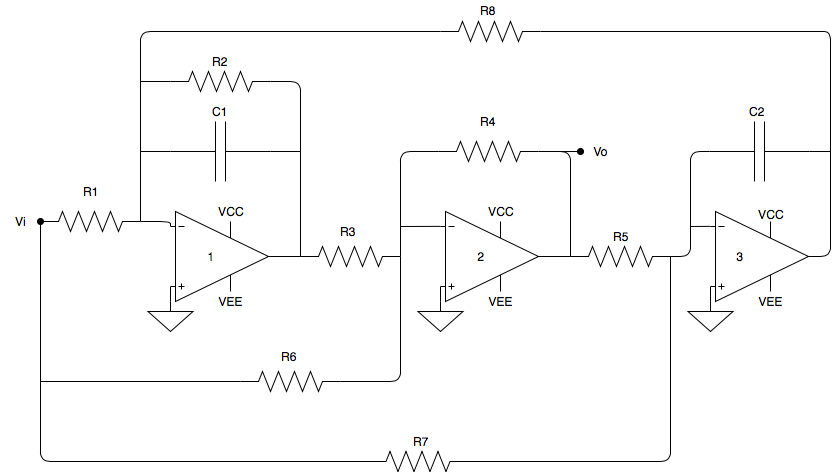
This is EJ4/imagenes/fleischer.png from grupo-tc-volcan/TP5, a draw.io export, as it was before one commit. Source tidied: cells renumbered, new cells last; positions are measured from the earlier drawing's top-left corner, leaving out a move shared by most shapes. Source of this version:
```xml
<mxGraphModel>
  <root>
    <mxCell id="0" />
    <mxCell id="1" parent="0" />
    <mxCell id="2" style="verticalLabelPosition=bottom;shadow=0;dashed=0;align=center;fillColor=#ffffff;html=1;verticalAlign=top;strokeWidth=1;shape=mxgraph.electrical.abstract.operational_amp_1;" parent="1" vertex="1">
      <mxGeometry x="170" y="211" width="98" height="90" as="geometry" />
    </mxCell>
    <mxCell id="3" style="verticalLabelPosition=bottom;shadow=0;dashed=0;align=center;fillColor=#ffffff;html=1;verticalAlign=top;strokeWidth=1;shape=mxgraph.electrical.abstract.operational_amp_1;" parent="1" vertex="1">
      <mxGeometry x="440" y="211" width="98" height="90" as="geometry" />
    </mxCell>
    <mxCell id="4" style="verticalLabelPosition=bottom;shadow=0;dashed=0;align=center;fillColor=#ffffff;html=1;verticalAlign=top;strokeWidth=1;shape=mxgraph.electrical.abstract.operational_amp_1;" parent="1" vertex="1">
      <mxGeometry x="710" y="211" width="98" height="90" as="geometry" />
    </mxCell>
    <mxCell id="5" style="verticalLabelPosition=bottom;shadow=0;dashed=0;align=center;fillColor=#ffffff;html=1;verticalAlign=top;strokeWidth=1;shape=mxgraph.electrical.signal_sources.signal_ground;" parent="1" vertex="1">
      <mxGeometry x="147.5" y="301" width="45" height="30" as="geometry" />
    </mxCell>
    <mxCell id="6" style="verticalLabelPosition=bottom;shadow=0;dashed=0;align=center;fillColor=#ffffff;html=1;verticalAlign=top;strokeWidth=1;shape=mxgraph.electrical.signal_sources.signal_ground;" parent="1" vertex="1">
      <mxGeometry x="687.5" y="301" width="45" height="30" as="geometry" />
    </mxCell>
    <mxCell id="7" style="verticalLabelPosition=bottom;shadow=0;dashed=0;align=center;fillColor=#ffffff;html=1;verticalAlign=top;strokeWidth=1;shape=mxgraph.electrical.signal_sources.signal_ground;" parent="1" vertex="1">
      <mxGeometry x="417.5" y="301" width="45" height="30" as="geometry" />
    </mxCell>
    <mxCell id="8" style="endArrow=none;html=1;entryX=0;entryY=0.835;entryDx=0;entryDy=0;entryPerimeter=0;exitX=0.5;exitY=0;exitDx=0;exitDy=0;exitPerimeter=0;" parent="1" edge="1" source="5" target="2">
      <mxGeometry relative="1" as="geometry" />
    </mxCell>
    <mxCell id="9" style="endArrow=none;html=1;entryX=0;entryY=0.835;entryDx=0;entryDy=0;entryPerimeter=0;exitX=0.5;exitY=0;exitDx=0;exitDy=0;exitPerimeter=0;" parent="1" edge="1" source="7" target="3">
      <mxGeometry relative="1" as="geometry" />
    </mxCell>
    <mxCell id="10" style="endArrow=none;html=1;entryX=0;entryY=0.835;entryDx=0;entryDy=0;entryPerimeter=0;exitX=0.5;exitY=0;exitDx=0;exitDy=0;exitPerimeter=0;" parent="1" edge="1" source="6" target="4">
      <mxGeometry relative="1" as="geometry" />
    </mxCell>
    <mxCell id="11" style="verticalLabelPosition=bottom;shadow=0;dashed=0;align=center;fillColor=#ffffff;html=1;verticalAlign=top;strokeWidth=1;shape=mxgraph.electrical.capacitors.capacitor_1;" parent="1" vertex="1">
      <mxGeometry x="170" y="121" width="100" height="60" as="geometry" />
    </mxCell>
    <mxCell id="12" style="verticalLabelPosition=bottom;shadow=0;dashed=0;align=center;fillColor=#ffffff;html=1;verticalAlign=top;strokeWidth=1;shape=mxgraph.electrical.resistors.resistor_2;" parent="1" vertex="1">
      <mxGeometry x="170" y="71" width="100" height="20" as="geometry" />
    </mxCell>
    <mxCell id="13" style="verticalLabelPosition=bottom;shadow=0;dashed=0;align=center;fillColor=#ffffff;html=1;verticalAlign=top;strokeWidth=1;shape=mxgraph.electrical.resistors.resistor_2;" parent="1" vertex="1">
      <mxGeometry x="300" y="246" width="100" height="20" as="geometry" />
    </mxCell>
    <mxCell id="14" style="verticalLabelPosition=bottom;shadow=0;dashed=0;align=center;fillColor=#ffffff;html=1;verticalAlign=top;strokeWidth=1;shape=mxgraph.electrical.resistors.resistor_2;" parent="1" vertex="1">
      <mxGeometry x="438" y="141" width="100" height="20" as="geometry" />
    </mxCell>
    <mxCell id="15" style="verticalLabelPosition=bottom;shadow=0;dashed=0;align=center;fillColor=#ffffff;html=1;verticalAlign=top;strokeWidth=1;shape=mxgraph.electrical.resistors.resistor_2;" parent="1" vertex="1">
      <mxGeometry x="570" y="246" width="100" height="20" as="geometry" />
    </mxCell>
    <mxCell id="16" style="verticalLabelPosition=bottom;shadow=0;dashed=0;align=center;fillColor=#ffffff;html=1;verticalAlign=top;strokeWidth=1;shape=mxgraph.electrical.capacitors.capacitor_1;" parent="1" vertex="1">
      <mxGeometry x="709" y="121" width="100" height="60" as="geometry" />
    </mxCell>
    <mxCell id="17" style="verticalLabelPosition=bottom;shadow=0;dashed=0;align=center;fillColor=#ffffff;html=1;verticalAlign=top;strokeWidth=1;shape=mxgraph.electrical.resistors.resistor_2;" parent="1" vertex="1">
      <mxGeometry x="440" y="21" width="100" height="20" as="geometry" />
    </mxCell>
    <mxCell id="18" style="verticalLabelPosition=bottom;shadow=0;dashed=0;align=center;fillColor=#ffffff;html=1;verticalAlign=top;strokeWidth=1;shape=mxgraph.electrical.resistors.resistor_2;" parent="1" vertex="1">
      <mxGeometry x="40" y="211" width="100" height="20" as="geometry" />
    </mxCell>
    <mxCell id="19" style="endArrow=none;html=1;entryX=0;entryY=0.165;entryDx=0;entryDy=0;entryPerimeter=0;exitX=1;exitY=0.5;exitDx=0;exitDy=0;exitPerimeter=0;" parent="1" edge="1" source="18" target="2">
      <mxGeometry relative="1" as="geometry">
        <Array as="points">
          <mxPoint x="170" y="221" />
        </Array>
      </mxGeometry>
    </mxCell>
    <mxCell id="20" style="endArrow=none;html=1;entryX=1;entryY=0.5;entryDx=0;entryDy=0;entryPerimeter=0;exitX=0;exitY=0.5;exitDx=0;exitDy=0;exitPerimeter=0;" parent="1" edge="1" source="13" target="2">
      <mxGeometry relative="1" as="geometry" />
    </mxCell>
    <mxCell id="21" style="endArrow=none;html=1;entryX=0;entryY=0.5;entryDx=0;entryDy=0;entryPerimeter=0;exitX=1;exitY=0.5;exitDx=0;exitDy=0;exitPerimeter=0;" parent="1" edge="1" source="13" target="14">
      <mxGeometry relative="1" as="geometry">
        <Array as="points">
          <mxPoint x="400" y="226" />
          <mxPoint x="400" y="151" />
        </Array>
      </mxGeometry>
    </mxCell>
    <mxCell id="22" style="endArrow=none;html=1;entryX=0;entryY=0.165;entryDx=0;entryDy=0;entryPerimeter=0;" parent="1" edge="1" target="3">
      <mxGeometry relative="1" as="geometry">
        <mxPoint x="400" y="226" as="sourcePoint" />
      </mxGeometry>
    </mxCell>
    <mxCell id="23" style="endArrow=none;html=1;entryX=1;entryY=0.5;entryDx=0;entryDy=0;entryPerimeter=0;exitX=0;exitY=0.5;exitDx=0;exitDy=0;exitPerimeter=0;" parent="1" edge="1" source="13" target="12">
      <mxGeometry relative="1" as="geometry">
        <Array as="points">
          <mxPoint x="300" y="81" />
        </Array>
      </mxGeometry>
    </mxCell>
    <mxCell id="24" style="endArrow=none;html=1;entryX=0;entryY=0.5;entryDx=0;entryDy=0;entryPerimeter=0;" parent="1" edge="1" target="11">
      <mxGeometry relative="1" as="geometry">
        <mxPoint x="140" y="151" as="sourcePoint" />
      </mxGeometry>
    </mxCell>
    <mxCell id="25" style="endArrow=none;html=1;entryX=1;entryY=0.5;entryDx=0;entryDy=0;entryPerimeter=0;" parent="1" edge="1" target="11">
      <mxGeometry relative="1" as="geometry">
        <mxPoint x="300" y="151" as="sourcePoint" />
      </mxGeometry>
    </mxCell>
    <mxCell id="26" style="endArrow=none;html=1;entryX=1;entryY=0.5;entryDx=0;entryDy=0;entryPerimeter=0;exitX=0;exitY=0.5;exitDx=0;exitDy=0;exitPerimeter=0;" parent="1" edge="1" source="15" target="3">
      <mxGeometry relative="1" as="geometry" />
    </mxCell>
    <mxCell id="27" style="endArrow=none;html=1;entryX=1;entryY=0.5;entryDx=0;entryDy=0;entryPerimeter=0;exitX=0;exitY=0.5;exitDx=0;exitDy=0;exitPerimeter=0;" parent="1" edge="1" source="16" target="15">
      <mxGeometry relative="1" as="geometry">
        <Array as="points">
          <mxPoint x="690" y="151" />
          <mxPoint x="690" y="256" />
        </Array>
      </mxGeometry>
    </mxCell>
    <mxCell id="28" style="endArrow=none;html=1;entryX=0;entryY=0.165;entryDx=0;entryDy=0;entryPerimeter=0;" parent="1" edge="1" target="4">
      <mxGeometry relative="1" as="geometry">
        <mxPoint x="690" y="226" as="sourcePoint" />
      </mxGeometry>
    </mxCell>
    <mxCell id="29" style="endArrow=none;html=1;entryX=1;entryY=0.5;entryDx=0;entryDy=0;entryPerimeter=0;exitX=1;exitY=0.5;exitDx=0;exitDy=0;exitPerimeter=0;" parent="1" edge="1" source="17" target="4">
      <mxGeometry relative="1" as="geometry">
        <Array as="points">
          <mxPoint x="808" y="31" />
          <mxPoint x="830" y="31" />
          <mxPoint x="830" y="256" />
        </Array>
      </mxGeometry>
    </mxCell>
    <mxCell id="30" style="endArrow=none;html=1;entryX=1;entryY=0.5;entryDx=0;entryDy=0;entryPerimeter=0;exitX=0;exitY=0.5;exitDx=0;exitDy=0;exitPerimeter=0;" parent="1" edge="1" source="17" target="18">
      <mxGeometry relative="1" as="geometry">
        <Array as="points">
          <mxPoint x="140" y="31" />
        </Array>
      </mxGeometry>
    </mxCell>
    <mxCell id="31" style="endArrow=none;html=1;entryX=0;entryY=0.5;entryDx=0;entryDy=0;entryPerimeter=0;" parent="1" edge="1" target="12">
      <mxGeometry relative="1" as="geometry">
        <mxPoint x="140" y="81" as="sourcePoint" />
      </mxGeometry>
    </mxCell>
    <mxCell id="32" style="endArrow=none;html=1;entryX=1;entryY=0.5;entryDx=0;entryDy=0;entryPerimeter=0;" parent="1" edge="1" target="16">
      <mxGeometry relative="1" as="geometry">
        <mxPoint x="830" y="151" as="sourcePoint" />
      </mxGeometry>
    </mxCell>
    <mxCell id="33" style="verticalLabelPosition=bottom;shadow=0;dashed=0;align=center;fillColor=#ffffff;html=1;verticalAlign=top;strokeWidth=1;shape=mxgraph.electrical.resistors.resistor_2;" parent="1" vertex="1">
      <mxGeometry x="367.5" y="451" width="100" height="20" as="geometry" />
    </mxCell>
    <mxCell id="34" style="verticalLabelPosition=bottom;shadow=0;dashed=0;align=center;fillColor=#ffffff;html=1;verticalAlign=top;strokeWidth=1;shape=mxgraph.electrical.resistors.resistor_2;" parent="1" vertex="1">
      <mxGeometry x="240" y="371" width="100" height="20" as="geometry" />
    </mxCell>
    <mxCell id="35" style="endArrow=oval;html=1;entryX=0;entryY=0.5;entryDx=0;entryDy=0;entryPerimeter=0;exitX=0;exitY=0.5;exitDx=0;exitDy=0;exitPerimeter=0;endFill=1;" parent="1" edge="1" source="33" target="18">
      <mxGeometry relative="1" as="geometry">
        <Array as="points">
          <mxPoint x="40" y="461" />
        </Array>
      </mxGeometry>
    </mxCell>
    <mxCell id="36" style="endArrow=none;html=1;entryX=1;entryY=0.5;entryDx=0;entryDy=0;entryPerimeter=0;exitX=1;exitY=0.5;exitDx=0;exitDy=0;exitPerimeter=0;" parent="1" edge="1" source="15" target="33">
      <mxGeometry relative="1" as="geometry">
        <Array as="points">
          <mxPoint x="670" y="461" />
        </Array>
      </mxGeometry>
    </mxCell>
    <mxCell id="37" style="endArrow=none;html=1;entryX=1;entryY=0.5;entryDx=0;entryDy=0;entryPerimeter=0;exitX=1;exitY=0.5;exitDx=0;exitDy=0;exitPerimeter=0;" parent="1" edge="1" source="34" target="13">
      <mxGeometry relative="1" as="geometry">
        <Array as="points">
          <mxPoint x="400" y="381" />
        </Array>
      </mxGeometry>
    </mxCell>
    <mxCell id="38" style="endArrow=none;html=1;entryX=0;entryY=0.5;entryDx=0;entryDy=0;entryPerimeter=0;" parent="1" edge="1" target="34">
      <mxGeometry relative="1" as="geometry">
        <mxPoint x="40" y="381" as="sourcePoint" />
      </mxGeometry>
    </mxCell>
    <mxCell id="39" value="Vi" style="text;html=1;strokeColor=none;fillColor=none;align=center;verticalAlign=middle;whiteSpace=wrap;rounded=0;" parent="1" vertex="1">
      <mxGeometry y="211" width="40" height="20" as="geometry" />
    </mxCell>
    <mxCell id="40" style="endArrow=none;html=1;entryX=0;entryY=0.5;entryDx=0;entryDy=0;entryPerimeter=0;exitX=1;exitY=0.5;exitDx=0;exitDy=0;exitPerimeter=0;" parent="1" edge="1" source="14" target="15">
      <mxGeometry relative="1" as="geometry">
        <Array as="points">
          <mxPoint x="570" y="151" />
        </Array>
      </mxGeometry>
    </mxCell>
    <mxCell id="41" style="endArrow=none;html=1;startArrow=oval;startFill=1;" parent="1" edge="1">
      <mxGeometry relative="1" as="geometry">
        <mxPoint x="580" y="151" as="sourcePoint" />
        <mxPoint x="560" y="151" as="targetPoint" />
      </mxGeometry>
    </mxCell>
    <mxCell id="42" value="Vo" style="text;html=1;strokeColor=none;fillColor=none;align=center;verticalAlign=middle;whiteSpace=wrap;rounded=0;" parent="1" vertex="1">
      <mxGeometry x="580" y="141" width="40" height="20" as="geometry" />
    </mxCell>
    <mxCell id="43" value="1" style="text;html=1;strokeColor=none;fillColor=none;align=center;verticalAlign=middle;whiteSpace=wrap;rounded=0;" parent="1" vertex="1">
      <mxGeometry x="190" y="246" width="40" height="20" as="geometry" />
    </mxCell>
    <mxCell id="44" value="3" style="text;html=1;strokeColor=none;fillColor=none;align=center;verticalAlign=middle;whiteSpace=wrap;rounded=0;" parent="1" vertex="1">
      <mxGeometry x="719" y="246" width="40" height="20" as="geometry" />
    </mxCell>
    <mxCell id="45" value="2" style="text;html=1;strokeColor=none;fillColor=none;align=center;verticalAlign=middle;whiteSpace=wrap;rounded=0;" parent="1" vertex="1">
      <mxGeometry x="460" y="246" width="40" height="20" as="geometry" />
    </mxCell>
    <mxCell id="46" value="R5" style="text;html=1;strokeColor=none;fillColor=none;align=center;verticalAlign=middle;whiteSpace=wrap;rounded=0;" parent="1" vertex="1">
      <mxGeometry x="600" y="226" width="40" height="20" as="geometry" />
    </mxCell>
    <mxCell id="47" value="R4" style="text;html=1;strokeColor=none;fillColor=none;align=center;verticalAlign=middle;whiteSpace=wrap;rounded=0;" parent="1" vertex="1">
      <mxGeometry x="467.5" y="111" width="40" height="20" as="geometry" />
    </mxCell>
    <mxCell id="48" value="R3" style="text;html=1;strokeColor=none;fillColor=none;align=center;verticalAlign=middle;whiteSpace=wrap;rounded=0;" parent="1" vertex="1">
      <mxGeometry x="327.5" y="221" width="40" height="20" as="geometry" />
    </mxCell>
    <mxCell id="49" value="R2" style="text;html=1;strokeColor=none;fillColor=none;align=center;verticalAlign=middle;whiteSpace=wrap;rounded=0;" parent="1" vertex="1">
      <mxGeometry x="199" y="51" width="40" height="20" as="geometry" />
    </mxCell>
    <mxCell id="50" value="R1" style="text;html=1;strokeColor=none;fillColor=none;align=center;verticalAlign=middle;whiteSpace=wrap;rounded=0;" parent="1" vertex="1">
      <mxGeometry x="70" y="181" width="40" height="20" as="geometry" />
    </mxCell>
    <mxCell id="51" value="R8" style="text;html=1;strokeColor=none;fillColor=none;align=center;verticalAlign=middle;whiteSpace=wrap;rounded=0;" parent="1" vertex="1">
      <mxGeometry x="467.5" width="40" height="20" as="geometry" />
    </mxCell>
    <mxCell id="52" value="R7" style="text;html=1;strokeColor=none;fillColor=none;align=center;verticalAlign=middle;whiteSpace=wrap;rounded=0;" parent="1" vertex="1">
      <mxGeometry x="400" y="431" width="40" height="20" as="geometry" />
    </mxCell>
    <mxCell id="53" value="R6" style="text;html=1;strokeColor=none;fillColor=none;align=center;verticalAlign=middle;whiteSpace=wrap;rounded=0;" parent="1" vertex="1">
      <mxGeometry x="268" y="346" width="40" height="20" as="geometry" />
    </mxCell>
    <mxCell id="54" value="C2" style="text;html=1;strokeColor=none;fillColor=none;align=center;verticalAlign=middle;whiteSpace=wrap;rounded=0;" parent="1" vertex="1">
      <mxGeometry x="736" y="101" width="40" height="20" as="geometry" />
    </mxCell>
    <mxCell id="55" value="C1" style="text;html=1;strokeColor=none;fillColor=none;align=center;verticalAlign=middle;whiteSpace=wrap;rounded=0;" parent="1" vertex="1">
      <mxGeometry x="199" y="101" width="40" height="20" as="geometry" />
    </mxCell>
    <mxCell id="56" value="VCC" style="text;html=1;strokeColor=none;fillColor=none;align=center;verticalAlign=middle;whiteSpace=wrap;rounded=0;" parent="1" vertex="1">
      <mxGeometry x="750" y="203.5" width="40" height="20" as="geometry" />
    </mxCell>
    <mxCell id="57" value="VCC" style="text;html=1;strokeColor=none;fillColor=none;align=center;verticalAlign=middle;whiteSpace=wrap;rounded=0;" parent="1" vertex="1">
      <mxGeometry x="480" y="201" width="40" height="20" as="geometry" />
    </mxCell>
    <mxCell id="58" value="VCC" style="text;html=1;strokeColor=none;fillColor=none;align=center;verticalAlign=middle;whiteSpace=wrap;rounded=0;" parent="1" vertex="1">
      <mxGeometry x="210" y="201" width="40" height="20" as="geometry" />
    </mxCell>
    <mxCell id="59" value="VEE" style="text;html=1;strokeColor=none;fillColor=none;align=center;verticalAlign=middle;whiteSpace=wrap;rounded=0;" parent="1" vertex="1">
      <mxGeometry x="210" y="291" width="40" height="20" as="geometry" />
    </mxCell>
    <mxCell id="60" value="VEE" style="text;html=1;strokeColor=none;fillColor=none;align=center;verticalAlign=middle;whiteSpace=wrap;rounded=0;" parent="1" vertex="1">
      <mxGeometry x="750" y="291" width="40" height="20" as="geometry" />
    </mxCell>
    <mxCell id="61" value="VEE" style="text;html=1;strokeColor=none;fillColor=none;align=center;verticalAlign=middle;whiteSpace=wrap;rounded=0;" parent="1" vertex="1">
      <mxGeometry x="480" y="291" width="40" height="20" as="geometry" />
    </mxCell>
  </root>
</mxGraphModel>
```
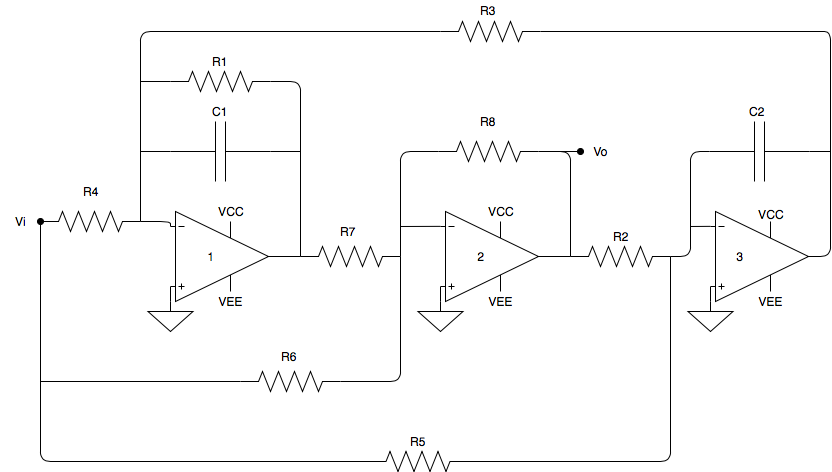
Above is the later version.

Diff of the diagram source:
```diff
@@ -195,26 +195,26 @@
     <mxCell id="45" value="2" style="text;html=1;strokeColor=none;fillColor=none;align=center;verticalAlign=middle;whiteSpace=wrap;rounded=0;" parent="1" vertex="1">
       <mxGeometry x="460" y="246" width="40" height="20" as="geometry" />
     </mxCell>
-    <mxCell id="46" value="R5" style="text;html=1;strokeColor=none;fillColor=none;align=center;verticalAlign=middle;whiteSpace=wrap;rounded=0;" parent="1" vertex="1">
+    <mxCell id="46" value="R2" style="text;html=1;strokeColor=none;fillColor=none;align=center;verticalAlign=middle;whiteSpace=wrap;rounded=0;" parent="1" vertex="1">
       <mxGeometry x="600" y="226" width="40" height="20" as="geometry" />
     </mxCell>
-    <mxCell id="47" value="R4" style="text;html=1;strokeColor=none;fillColor=none;align=center;verticalAlign=middle;whiteSpace=wrap;rounded=0;" parent="1" vertex="1">
+    <mxCell id="47" value="R8" style="text;html=1;strokeColor=none;fillColor=none;align=center;verticalAlign=middle;whiteSpace=wrap;rounded=0;" parent="1" vertex="1">
       <mxGeometry x="467.5" y="111" width="40" height="20" as="geometry" />
     </mxCell>
-    <mxCell id="48" value="R3" style="text;html=1;strokeColor=none;fillColor=none;align=center;verticalAlign=middle;whiteSpace=wrap;rounded=0;" parent="1" vertex="1">
+    <mxCell id="48" value="R7" style="text;html=1;strokeColor=none;fillColor=none;align=center;verticalAlign=middle;whiteSpace=wrap;rounded=0;" parent="1" vertex="1">
       <mxGeometry x="327.5" y="221" width="40" height="20" as="geometry" />
     </mxCell>
-    <mxCell id="49" value="R2" style="text;html=1;strokeColor=none;fillColor=none;align=center;verticalAlign=middle;whiteSpace=wrap;rounded=0;" parent="1" vertex="1">
+    <mxCell id="49" value="R1" style="text;html=1;strokeColor=none;fillColor=none;align=center;verticalAlign=middle;whiteSpace=wrap;rounded=0;" parent="1" vertex="1">
       <mxGeometry x="199" y="51" width="40" height="20" as="geometry" />
     </mxCell>
-    <mxCell id="50" value="R1" style="text;html=1;strokeColor=none;fillColor=none;align=center;verticalAlign=middle;whiteSpace=wrap;rounded=0;" parent="1" vertex="1">
+    <mxCell id="50" value="R4" style="text;html=1;strokeColor=none;fillColor=none;align=center;verticalAlign=middle;whiteSpace=wrap;rounded=0;" parent="1" vertex="1">
       <mxGeometry x="70" y="181" width="40" height="20" as="geometry" />
     </mxCell>
-    <mxCell id="51" value="R8" style="text;html=1;strokeColor=none;fillColor=none;align=center;verticalAlign=middle;whiteSpace=wrap;rounded=0;" parent="1" vertex="1">
+    <mxCell id="51" value="R3" style="text;html=1;strokeColor=none;fillColor=none;align=center;verticalAlign=middle;whiteSpace=wrap;rounded=0;" parent="1" vertex="1">
       <mxGeometry x="467.5" width="40" height="20" as="geometry" />
     </mxCell>
-    <mxCell id="52" value="R7" style="text;html=1;strokeColor=none;fillColor=none;align=center;verticalAlign=middle;whiteSpace=wrap;rounded=0;" parent="1" vertex="1">
-      <mxGeometry x="400" y="431" width="40" height="20" as="geometry" />
+    <mxCell id="52" value="R5" style="text;html=1;strokeColor=none;fillColor=none;align=center;verticalAlign=middle;whiteSpace=wrap;rounded=0;" parent="1" vertex="1">
+      <mxGeometry x="397.5" y="431" width="40" height="20" as="geometry" />
     </mxCell>
     <mxCell id="53" value="R6" style="text;html=1;strokeColor=none;fillColor=none;align=center;verticalAlign=middle;whiteSpace=wrap;rounded=0;" parent="1" vertex="1">
       <mxGeometry x="268" y="346" width="40" height="20" as="geometry" />
```
